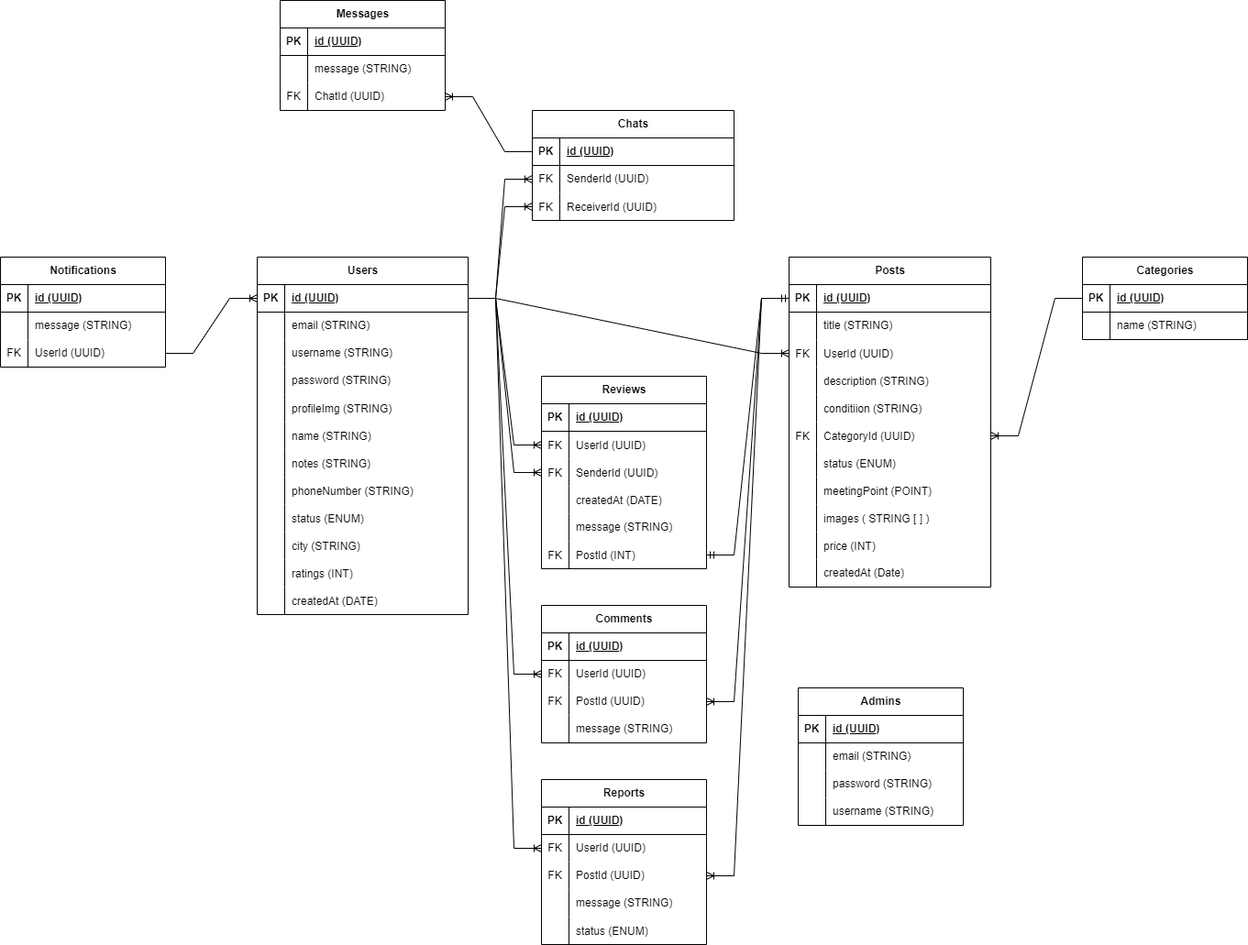
TukarMainan/server keeps this draw.io diagram as schema_erd.png. Above is the earlier version. Source tidied: cells renumbered, new cells last; positions are measured from the earlier drawing's top-left corner, leaving out a move shared by most shapes.
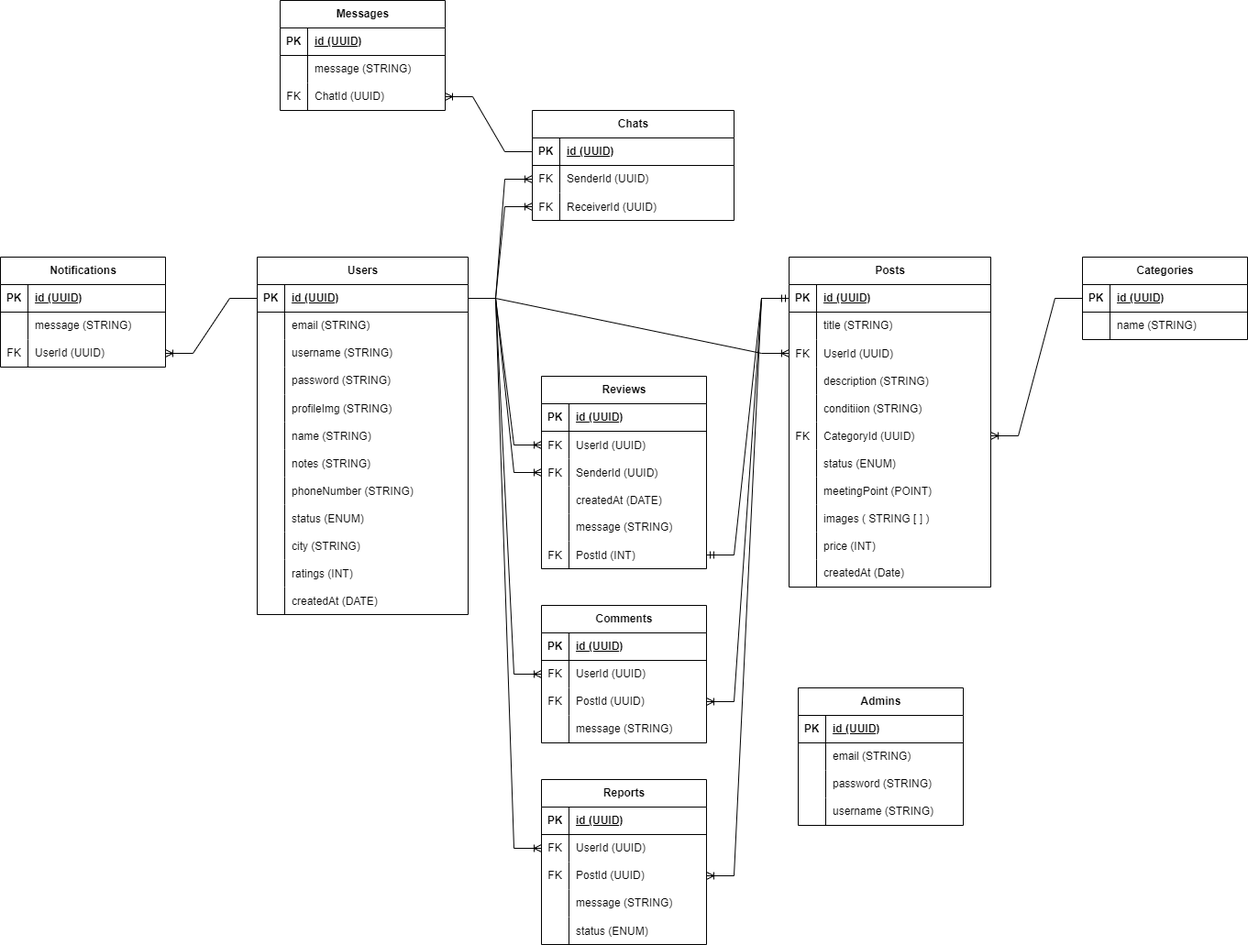
The same file after the commit.

Commit message:
refactor: update relation user notification

The edit, as a diff of the source:
```diff
@@ -350,7 +350,7 @@
     <mxCell id="117" style="edgeStyle=entityRelationEdgeStyle;fontSize=12;html=1;endArrow=ERoneToMany;rounded=0;exitX=1;exitY=0.5;exitDx=0;exitDy=0;entryX=0;entryY=0.5;entryDx=0;entryDy=0;" parent="1" edge="1" source="3" target="46">
       <mxGeometry relative="1" as="geometry" />
     </mxCell>
-    <mxCell id="118" style="edgeStyle=entityRelationEdgeStyle;fontSize=12;html=1;endArrow=ERoneToMany;rounded=0;exitX=1;exitY=0.5;exitDx=0;exitDy=0;entryX=0;entryY=0.5;entryDx=0;entryDy=0;" parent="1" edge="1" source="93" target="3">
+    <mxCell id="118" style="edgeStyle=entityRelationEdgeStyle;fontSize=12;html=1;endArrow=ERoneToMany;rounded=0;exitX=0;exitY=0.5;exitDx=0;exitDy=0;entryX=1;entryY=0.5;entryDx=0;entryDy=0;" parent="1" edge="1" source="3" target="93">
       <mxGeometry relative="1" as="geometry" />
     </mxCell>
     <mxCell id="119" style="edgeStyle=entityRelationEdgeStyle;fontSize=12;html=1;endArrow=ERmandOne;startArrow=ERmandOne;rounded=0;exitX=1;exitY=0.5;exitDx=0;exitDy=0;entryX=0;entryY=0.5;entryDx=0;entryDy=0;" parent="1" edge="1" source="112" target="40">
```
